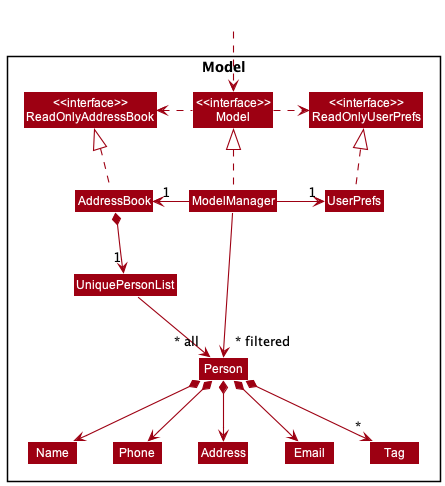
Earlier version of the PlantUML export docs/images/ModelClassDiagram.png (nus-cs2103-AY2223S1/tp).
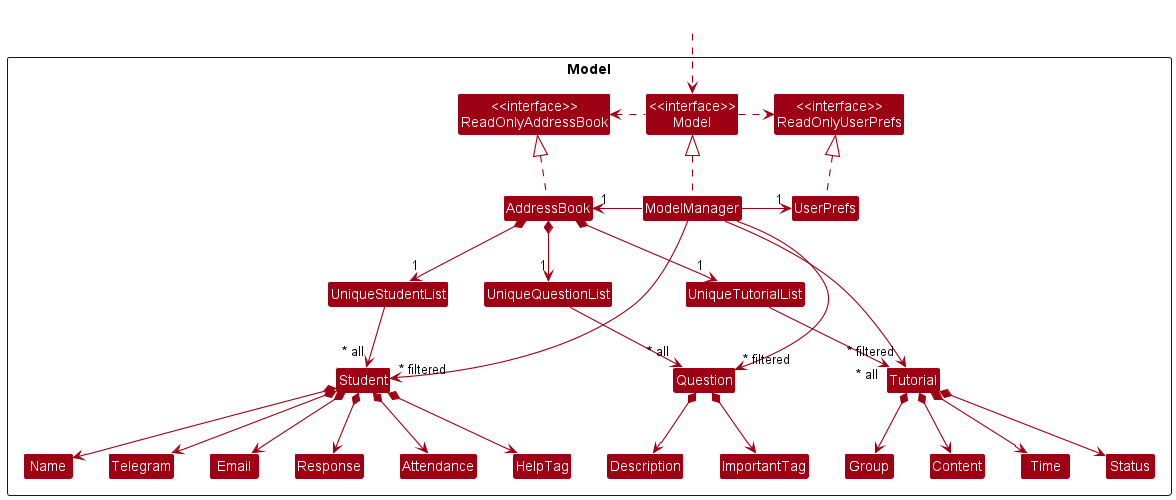
The same file after the commit.

Commit message:
Update Model section of DG

The edit, as a diff of the source:
```diff
@@ -12,13 +12,26 @@
 Class ModelManager
 Class UserPrefs
 
-Class UniquePersonList
-Class Person
-Class Address
+Class UniqueStudentList
+Class Student
+Class Telegram
 Class Email
 Class Name
-Class Phone
-Class Tag
+Class Response
+Class HelpTag
+Class Attendance
+
+Class UniqueQuestionList
+Class Question
+Class Description
+Class ImportantTag
+
+Class UniqueTutorialList
+Class Tutorial
+Class Group
+Class Content
+Class Time
+Class Status
 
 }
 
@@ -33,18 +46,38 @@
 ModelManager -left-> "1" AddressBook
 ModelManager -right-> "1" UserPrefs
 UserPrefs .up.|> ReadOnlyUserPrefs
+UniqueStudentList -[hidden]up-> ModelManager
+UniqueQuestionList -[hidden]up-> ModelManager
+UniqueTutorialList -[hidden]up-> ModelManager
 
-AddressBook *--> "1" UniquePersonList
-UniquePersonList --> "~* all" Person
-Person *--> Name
-Person *--> Phone
-Person *--> Email
-Person *--> Address
-Person *--> "*" Tag
+AddressBook *--> "1" UniqueStudentList
+UniqueStudentList --> "~* all" Student
+Student *--> Name
+Student *--> Telegram
+Student *--> Email
+Student *--> Response
+Student *--> Attendance
+Student *--> HelpTag
 
-Name -[hidden]right-> Phone
-Phone -[hidden]right-> Address
-Address -[hidden]right-> Email
+AddressBook *--> "1" UniqueQuestionList
+UniqueQuestionList --> "~* all" Question
+Question *--> Description
+Question *--> ImportantTag
 
-ModelManager -->"~* filtered" Person
+AddressBook *--> "1" UniqueTutorialList
+UniqueTutorialList --> "~* all" Tutorial
+Tutorial *--> Group
+Tutorial *--> Content
+Tutorial *--> Time
+Tutorial *--> Status
+
+Name -[hidden]right-> Telegram
+Telegram -[hidden]right-> Email
+Email -[hidden]right-> Response
+Response -[hidden]right-> Attendance
+Attendance -[hidden]right-> HelpTag
+
+ModelManager -->"~* filtered" Student
+ModelManager -->"~* filtered" Question
+ModelManager -->"~* filtered" Tutorial
 @enduml
```
